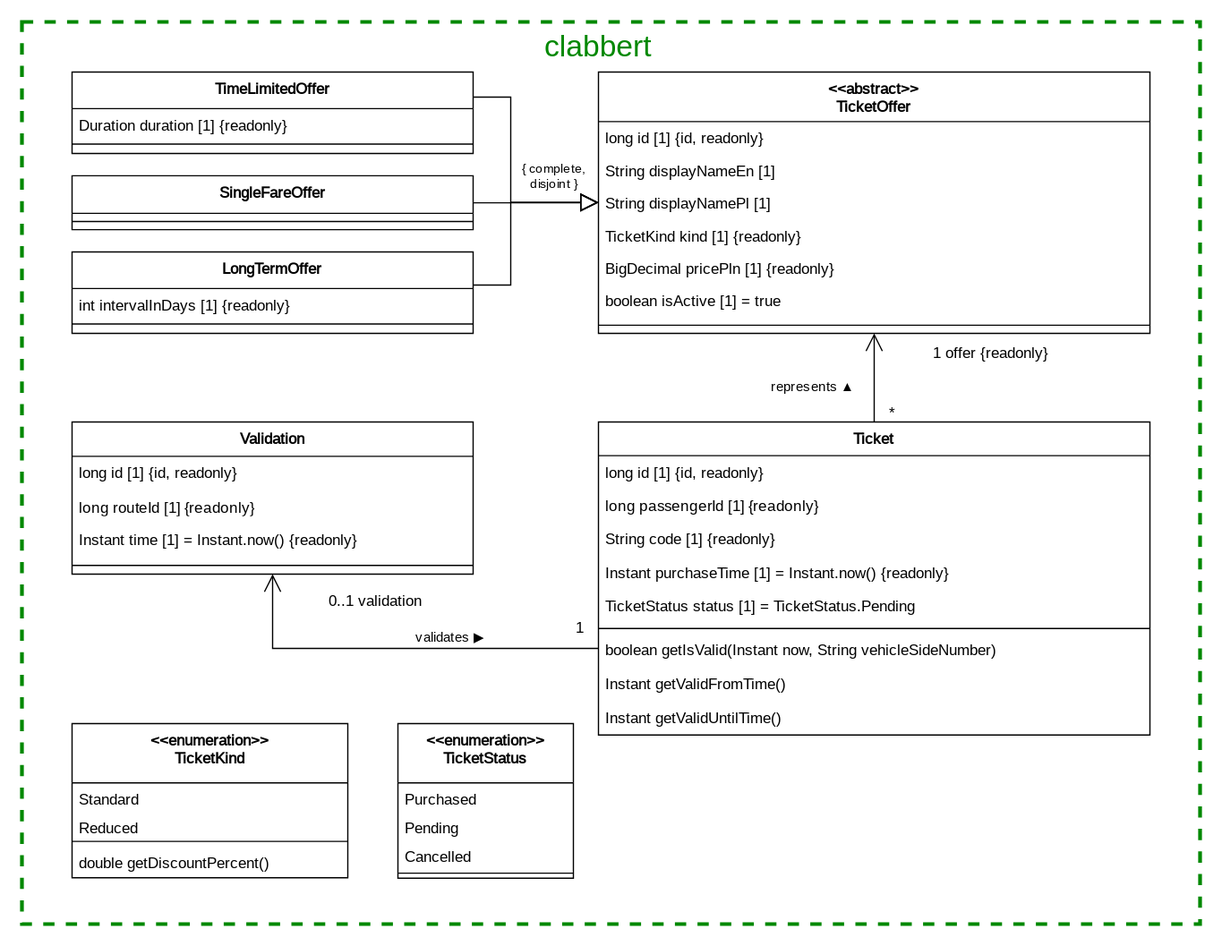
This is documentation/course/e2/images/class-diagram-clabbert.drawio.svg from PWR-ACS-SE-24/SoftwareSystemDesign, a draw.io export, as it was before one commit. Source tidied: cells renumbered, new cells last; positions are measured from the earlier drawing's top-left corner, leaving out a move shared by most shapes.
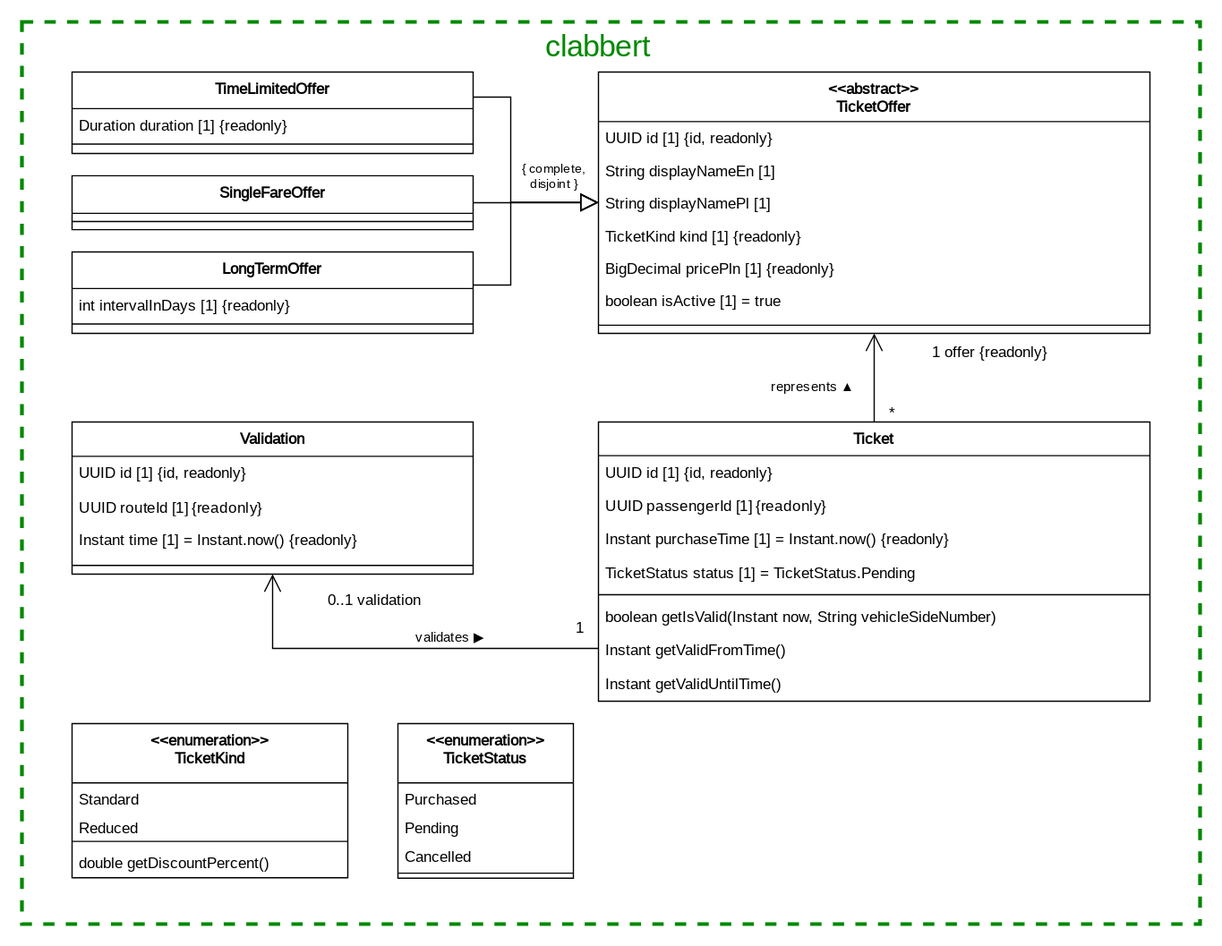
The same diagram one commit later.

Commit message:
PR: E2 clabbert part 1 (#23)

Diff of the diagram source:
```diff
@@ -2,10 +2,10 @@
   <root>
     <mxCell id="0" />
     <mxCell id="1" parent="0" />
-    <mxCell id="2" style="rounded=0;whiteSpace=wrap;html=1;dashed=1;strokeWidth=3;fillColor=none;strokeColor=#008800;" parent="1" vertex="1">
+    <mxCell id="2" style="rounded=0;whiteSpace=wrap;html=1;dashed=1;strokeWidth=3;fillColor=none;strokeColor=#008800;fontFamily=JetBrains Mono;fontSource=https%3A%2F%2Ffonts.googleapis.com%2Fcss%3Ffamily%3DJetBrains%2BMono;" parent="1" vertex="1">
       <mxGeometry width="940" height="720" as="geometry" />
     </mxCell>
-    <mxCell id="3" style="edgeStyle=orthogonalEdgeStyle;rounded=0;jettySize=auto;html=1;endArrow=block;endFill=0;endSize=12;" parent="1" edge="1" source="4" target="24">
+    <mxCell id="3" style="edgeStyle=orthogonalEdgeStyle;rounded=0;jettySize=auto;html=1;endArrow=block;endFill=0;endSize=12;fontFamily=JetBrains Mono;fontSource=https%3A%2F%2Ffonts.googleapis.com%2Fcss%3Ffamily%3DJetBrains%2BMono;" parent="1" edge="1" source="4" target="24">
       <mxGeometry relative="1" as="geometry">
         <Array as="points">
           <mxPoint x="390" y="210" />
@@ -22,7 +22,7 @@
     <mxCell id="6" style="line;strokeWidth=1;fillColor=none;align=left;verticalAlign=middle;spacingTop=-1;spacingLeft=3;spacingRight=3;labelPosition=right;strokeColor=inherit;fontFamily=JetBrains Mono;fontStyle=0;fontSource=https%3A%2F%2Ffonts.googleapis.com%2Fcss%3Ffamily%3DJetBrains%2BMono;" parent="4" vertex="1">
       <mxGeometry y="50" width="320" height="15" as="geometry" />
     </mxCell>
-    <mxCell id="7" style="edgeStyle=orthogonalEdgeStyle;rounded=0;jettySize=auto;html=1;endArrow=block;endFill=0;endSize=12;" parent="1" edge="1" source="8" target="24">
+    <mxCell id="7" style="edgeStyle=orthogonalEdgeStyle;rounded=0;jettySize=auto;html=1;endArrow=block;endFill=0;endSize=12;fontFamily=JetBrains Mono;fontSource=https%3A%2F%2Ffonts.googleapis.com%2Fcss%3Ffamily%3DJetBrains%2BMono;" parent="1" edge="1" source="8" target="24">
       <mxGeometry relative="1" as="geometry">
         <Array as="points">
           <mxPoint x="420" y="144" />
@@ -37,36 +37,33 @@
       <mxGeometry y="30" width="320" height="13" as="geometry" />
     </mxCell>
     <mxCell id="10" value="Ticket" style="swimlane;fontStyle=1;align=center;verticalAlign=top;horizontal=1;startSize=26.857142857142858;fontFamily=JetBrains Mono;fontSource=https%3A%2F%2Ffonts.googleapis.com%2Fcss%3Ffamily%3DJetBrains%2BMono;" parent="1" vertex="1">
-      <mxGeometry x="460" y="319.3" width="440" height="249.9" as="geometry" />
+      <mxGeometry x="460" y="319.3" width="440" height="222.9" as="geometry" />
     </mxCell>
-    <mxCell id="11" value="long id [1] {id, readonly}" style="text;strokeColor=none;fillColor=none;align=left;verticalAlign=top;spacingLeft=4;spacingRight=4;overflow=hidden;fontFamily=JetBrains Mono;fontStyle=0;fontSource=https%3A%2F%2Ffonts.googleapis.com%2Fcss%3Ffamily%3DJetBrains%2BMono;" parent="10" vertex="1">
+    <mxCell id="11" value="UUID id [1] {id, readonly}" style="text;strokeColor=none;fillColor=none;align=left;verticalAlign=top;spacingLeft=4;spacingRight=4;overflow=hidden;fontFamily=JetBrains Mono;fontStyle=0;fontSource=https%3A%2F%2Ffonts.googleapis.com%2Fcss%3Ffamily%3DJetBrains%2BMono;" parent="10" vertex="1">
       <mxGeometry y="26.9" width="440" height="27" as="geometry" />
     </mxCell>
-    <mxCell id="12" value="&lt;font&gt;long passengerId [1] {readonly}&lt;/font&gt;" style="text;strokeColor=none;fillColor=none;align=left;verticalAlign=top;spacingLeft=4;spacingRight=4;overflow=hidden;whiteSpace=wrap;html=1;fontFamily=JetBrains Mono;fontSource=https%3A%2F%2Ffonts.googleapis.com%2Fcss%3Ffamily%3DJetBrains%2BMono;" parent="10" vertex="1">
+    <mxCell id="12" value="&lt;font&gt;UUID passengerId [1] {readonly}&lt;/font&gt;" style="text;strokeColor=none;fillColor=none;align=left;verticalAlign=top;spacingLeft=4;spacingRight=4;overflow=hidden;whiteSpace=wrap;html=1;fontFamily=JetBrains Mono;fontSource=https%3A%2F%2Ffonts.googleapis.com%2Fcss%3Ffamily%3DJetBrains%2BMono;" parent="10" vertex="1">
       <mxGeometry y="53.9" width="440" height="26" as="geometry" />
     </mxCell>
-    <mxCell id="13" value="String code [1] {readonly}" style="text;strokeColor=none;fillColor=none;align=left;verticalAlign=top;spacingLeft=4;spacingRight=4;overflow=hidden;fontFamily=JetBrains Mono;fontStyle=0;fontSource=https%3A%2F%2Ffonts.googleapis.com%2Fcss%3Ffamily%3DJetBrains%2BMono;" parent="10" vertex="1">
-      <mxGeometry y="79.9" width="440" height="27" as="geometry" />
-    </mxCell>
     <mxCell id="14" value="Instant purchaseTime [1] = Instant.now() {readonly}" style="text;strokeColor=none;fillColor=none;align=left;verticalAlign=top;spacingLeft=4;spacingRight=4;overflow=hidden;fontFamily=JetBrains Mono;fontStyle=0;fontSource=https%3A%2F%2Ffonts.googleapis.com%2Fcss%3Ffamily%3DJetBrains%2BMono;" parent="10" vertex="1">
-      <mxGeometry y="106.9" width="440" height="27" as="geometry" />
+      <mxGeometry y="79.9" width="440" height="27" as="geometry" />
     </mxCell>
     <mxCell id="15" value="TicketStatus status [1] = TicketStatus.Pending" style="text;strokeColor=none;fillColor=none;align=left;verticalAlign=top;spacingLeft=4;spacingRight=4;overflow=hidden;fontFamily=JetBrains Mono;fontStyle=0;fontSource=https%3A%2F%2Ffonts.googleapis.com%2Fcss%3Ffamily%3DJetBrains%2BMono;" parent="10" vertex="1">
-      <mxGeometry y="133.9" width="440" height="27" as="geometry" />
+      <mxGeometry y="106.9" width="440" height="27" as="geometry" />
     </mxCell>
     <mxCell id="16" style="line;strokeWidth=1;fillColor=none;align=left;verticalAlign=middle;spacingTop=-1;spacingLeft=3;spacingRight=3;labelPosition=right;strokeColor=inherit;fontFamily=JetBrains Mono;fontStyle=0;fontSource=https%3A%2F%2Ffonts.googleapis.com%2Fcss%3Ffamily%3DJetBrains%2BMono;" parent="10" vertex="1">
-      <mxGeometry y="160.9" width="440" height="8" as="geometry" />
+      <mxGeometry y="133.9" width="440" height="8" as="geometry" />
     </mxCell>
     <mxCell id="17" value="boolean getIsValid(Instant now, String vehicleSideNumber)" style="text;strokeColor=none;fillColor=none;align=left;verticalAlign=top;spacingLeft=4;spacingRight=4;overflow=hidden;fontFamily=JetBrains Mono;fontStyle=0;fontSource=https%3A%2F%2Ffonts.googleapis.com%2Fcss%3Ffamily%3DJetBrains%2BMono;" parent="10" vertex="1">
-      <mxGeometry y="168.9" width="440" height="27" as="geometry" />
+      <mxGeometry y="141.9" width="440" height="27" as="geometry" />
     </mxCell>
     <mxCell id="18" value="Instant getValidFromTime()" style="text;strokeColor=none;fillColor=none;align=left;verticalAlign=top;spacingLeft=4;spacingRight=4;overflow=hidden;fontFamily=JetBrains Mono;fontStyle=0;fontSource=https%3A%2F%2Ffonts.googleapis.com%2Fcss%3Ffamily%3DJetBrains%2BMono;" parent="10" vertex="1">
-      <mxGeometry y="195.9" width="440" height="27" as="geometry" />
+      <mxGeometry y="168.9" width="440" height="27" as="geometry" />
     </mxCell>
     <mxCell id="19" value="Instant getValidUntilTime()" style="text;strokeColor=none;fillColor=none;align=left;verticalAlign=top;spacingLeft=4;spacingRight=4;overflow=hidden;fontFamily=JetBrains Mono;fontStyle=0;fontSource=https%3A%2F%2Ffonts.googleapis.com%2Fcss%3Ffamily%3DJetBrains%2BMono;" parent="10" vertex="1">
-      <mxGeometry y="222.9" width="440" height="27" as="geometry" />
+      <mxGeometry y="195.9" width="440" height="27" as="geometry" />
     </mxCell>
-    <mxCell id="20" style="edgeStyle=orthogonalEdgeStyle;rounded=0;jettySize=auto;html=1;endArrow=block;endFill=0;endSize=12;" parent="1" edge="1" source="21" target="24">
+    <mxCell id="20" style="edgeStyle=orthogonalEdgeStyle;rounded=0;jettySize=auto;html=1;endArrow=block;endFill=0;endSize=12;fontFamily=JetBrains Mono;fontSource=https%3A%2F%2Ffonts.googleapis.com%2Fcss%3Ffamily%3DJetBrains%2BMono;" parent="1" edge="1" source="21" target="24">
       <mxGeometry relative="1" as="geometry">
         <Array as="points">
           <mxPoint x="390" y="60" />
@@ -86,7 +83,7 @@
     <mxCell id="24" value="&lt;&lt;abstract&gt;&gt;&#10;TicketOffer" style="swimlane;fontStyle=1;align=center;verticalAlign=top;horizontal=1;startSize=39.5625;fontFamily=JetBrains Mono;fontSource=https%3A%2F%2Ffonts.googleapis.com%2Fcss%3Ffamily%3DJetBrains%2BMono;" parent="1" vertex="1">
       <mxGeometry x="460" y="40" width="440" height="208.6" as="geometry" />
     </mxCell>
-    <mxCell id="25" value="long id [1] {id, readonly}" style="text;strokeColor=none;fillColor=none;align=left;verticalAlign=top;spacingLeft=4;spacingRight=4;overflow=hidden;fontFamily=JetBrains Mono;fontStyle=0;fontSource=https%3A%2F%2Ffonts.googleapis.com%2Fcss%3Ffamily%3DJetBrains%2BMono;" parent="24" vertex="1">
+    <mxCell id="25" value="UUID id [1] {id, readonly}" style="text;strokeColor=none;fillColor=none;align=left;verticalAlign=top;spacingLeft=4;spacingRight=4;overflow=hidden;fontFamily=JetBrains Mono;fontStyle=0;fontSource=https%3A%2F%2Ffonts.googleapis.com%2Fcss%3Ffamily%3DJetBrains%2BMono;" parent="24" vertex="1">
       <mxGeometry y="39.6" width="440" height="26" as="geometry" />
     </mxCell>
     <mxCell id="26" value="String displayNameEn [1]" style="text;strokeColor=none;fillColor=none;align=left;verticalAlign=top;spacingLeft=4;spacingRight=4;overflow=hidden;fontFamily=JetBrains Mono;fontStyle=0;fontSource=https%3A%2F%2Ffonts.googleapis.com%2Fcss%3Ffamily%3DJetBrains%2BMono;" parent="24" vertex="1">
@@ -110,10 +107,10 @@
     <mxCell id="32" value="Validation" style="swimlane;fontStyle=1;align=center;verticalAlign=top;horizontal=1;startSize=27.428571428571427;fontFamily=JetBrains Mono;fontSource=https%3A%2F%2Ffonts.googleapis.com%2Fcss%3Ffamily%3DJetBrains%2BMono;" parent="1" vertex="1">
       <mxGeometry x="40" y="319.3" width="320" height="121.4" as="geometry" />
     </mxCell>
-    <mxCell id="33" value="long id [1] {id, readonly}" style="text;strokeColor=none;fillColor=none;align=left;verticalAlign=top;spacingLeft=4;spacingRight=4;overflow=hidden;fontFamily=JetBrains Mono;fontStyle=0;fontSource=https%3A%2F%2Ffonts.googleapis.com%2Fcss%3Ffamily%3DJetBrains%2BMono;" parent="32" vertex="1">
+    <mxCell id="33" value="UUID id [1] {id, readonly}" style="text;strokeColor=none;fillColor=none;align=left;verticalAlign=top;spacingLeft=4;spacingRight=4;overflow=hidden;fontFamily=JetBrains Mono;fontStyle=0;fontSource=https%3A%2F%2Ffonts.googleapis.com%2Fcss%3Ffamily%3DJetBrains%2BMono;" parent="32" vertex="1">
       <mxGeometry y="27.4" width="320" height="27" as="geometry" />
     </mxCell>
-    <mxCell id="34" value="&lt;font&gt;long routeId [1] {readonly}&lt;/font&gt;" style="text;strokeColor=none;fillColor=none;align=left;verticalAlign=top;spacingLeft=4;spacingRight=4;overflow=hidden;whiteSpace=wrap;html=1;fontFamily=JetBrains Mono;fontSource=https%3A%2F%2Ffonts.googleapis.com%2Fcss%3Ffamily%3DJetBrains%2BMono;" parent="32" vertex="1">
+    <mxCell id="34" value="&lt;font&gt;UUID routeId [1] {readonly}&lt;/font&gt;" style="text;strokeColor=none;fillColor=none;align=left;verticalAlign=top;spacingLeft=4;spacingRight=4;overflow=hidden;whiteSpace=wrap;html=1;fontFamily=JetBrains Mono;fontSource=https%3A%2F%2Ffonts.googleapis.com%2Fcss%3Ffamily%3DJetBrains%2BMono;" parent="32" vertex="1">
       <mxGeometry y="54.4" width="320" height="26" as="geometry" />
     </mxCell>
     <mxCell id="35" value="Instant time [1] = Instant.now() {readonly}" style="text;strokeColor=none;fillColor=none;align=left;verticalAlign=top;spacingLeft=4;spacingRight=4;overflow=hidden;fontFamily=JetBrains Mono;fontStyle=0;fontSource=https%3A%2F%2Ffonts.googleapis.com%2Fcss%3Ffamily%3DJetBrains%2BMono;" parent="32" vertex="1">
@@ -183,10 +180,10 @@
     <mxCell id="49" value="double getDiscountPercent()" style="text;strokeColor=none;fillColor=none;align=left;verticalAlign=top;spacingLeft=4;spacingRight=4;overflow=hidden;fontFamily=JetBrains Mono;fontStyle=0;fontSource=https%3A%2F%2Ffonts.googleapis.com%2Fcss%3Ffamily%3DJetBrains%2BMono;" parent="45" vertex="1">
       <mxGeometry y="98" width="220" height="25" as="geometry" />
     </mxCell>
-    <mxCell id="50" value="&lt;font color=&quot;#008800&quot;&gt;clabbert&lt;/font&gt;" style="text;html=1;align=center;verticalAlign=middle;whiteSpace=wrap;rounded=0;fillColor=none;strokeColor=none;fontColor=#009900;fontSize=24;" parent="1" vertex="1">
+    <mxCell id="50" value="&lt;font color=&quot;#008800&quot;&gt;clabbert&lt;/font&gt;" style="text;html=1;align=center;verticalAlign=middle;whiteSpace=wrap;rounded=0;fillColor=none;strokeColor=none;fontColor=#009900;fontSize=24;fontFamily=JetBrains Mono;fontSource=https%3A%2F%2Ffonts.googleapis.com%2Fcss%3Ffamily%3DJetBrains%2BMono;" parent="1" vertex="1">
       <mxGeometry width="920" height="40" as="geometry" />
     </mxCell>
-    <mxCell id="51" value="&lt;font face=&quot;JetBrains Mono&quot;&gt;{ complete,&lt;/font&gt;&lt;div&gt;&lt;font face=&quot;JetBrains Mono&quot;&gt;disjoint }&lt;/font&gt;&lt;/div&gt;" style="text;html=1;align=center;verticalAlign=middle;whiteSpace=wrap;rounded=0;fontSize=10;" parent="1" vertex="1">
+    <mxCell id="51" value="&lt;font&gt;{ complete,&lt;/font&gt;&lt;div&gt;&lt;font&gt;disjoint }&lt;/font&gt;&lt;/div&gt;" style="text;html=1;align=center;verticalAlign=middle;whiteSpace=wrap;rounded=0;fontSize=10;fontFamily=JetBrains Mono;fontSource=https%3A%2F%2Ffonts.googleapis.com%2Fcss%3Ffamily%3DJetBrains%2BMono;" parent="1" vertex="1">
       <mxGeometry x="390" y="105" width="70" height="35" as="geometry" />
     </mxCell>
     <mxCell id="52" value="&lt;&lt;enumeration&gt;&gt;&#10;TicketStatus" style="swimlane;fontStyle=1;align=center;verticalAlign=top;horizontal=1;startSize=47.333333333333336;fontFamily=JetBrains Mono;fontSource=https%3A%2F%2Ffonts.googleapis.com%2Fcss%3Ffamily%3DJetBrains%2BMono;" parent="1" vertex="1">
```
